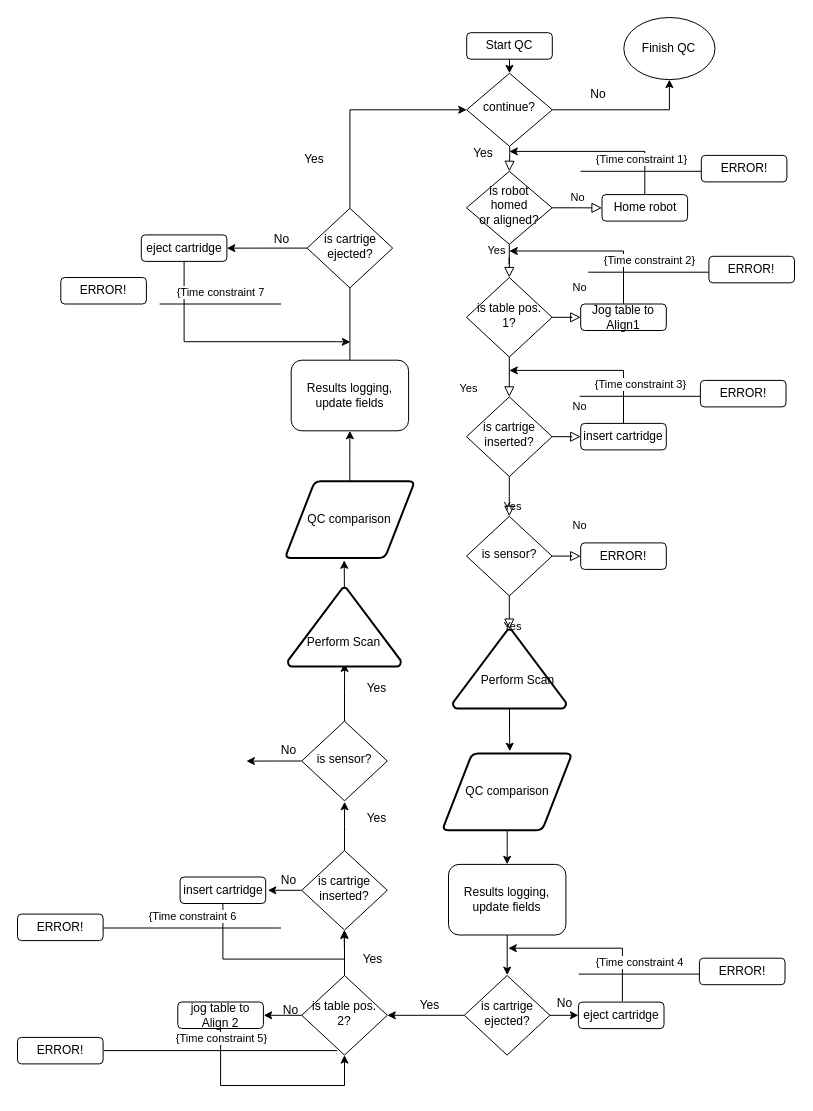
Above: View/QC loop.drawio in Srinivas-Ganti/TQC (draw.io), before the change. Source tidied: cells renumbered, new cells numbered last; positions are measured from the earlier drawing's top-left corner, leaving out a move shared by most shapes. Both pictures are drawn from the tidied source at 100%, with x=0, y=0 at pixel (17, 17).
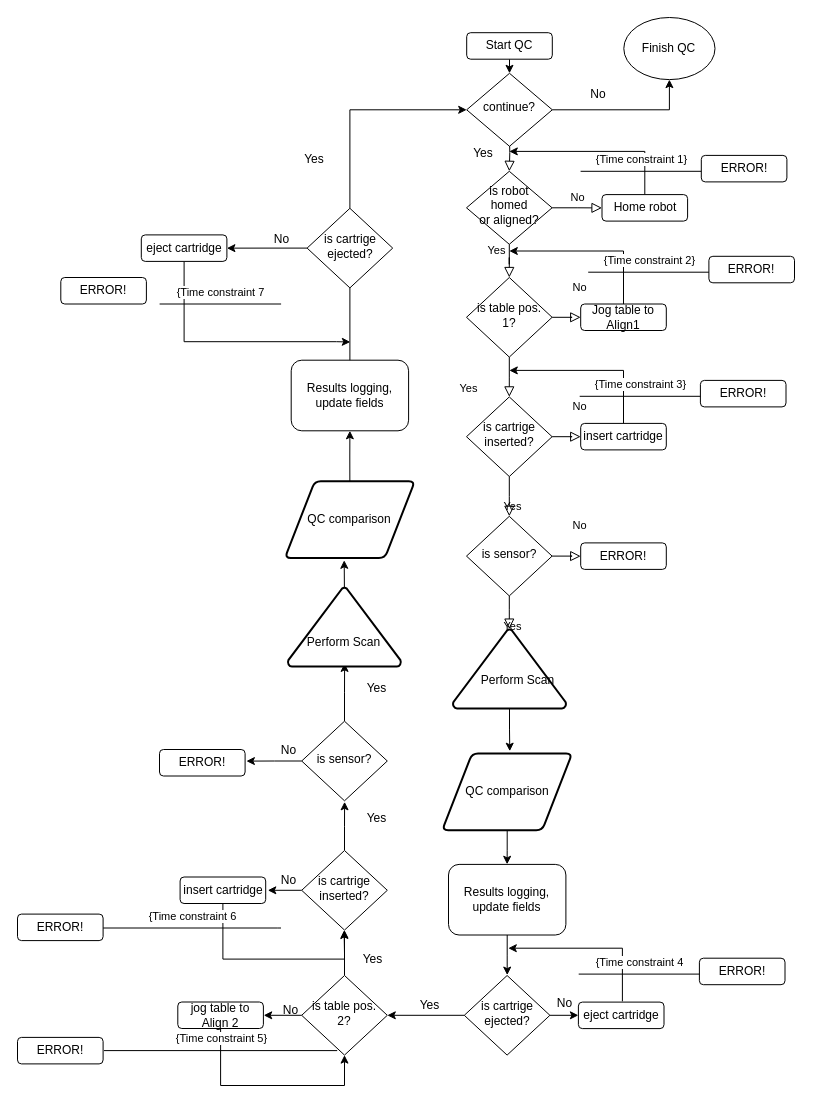
After the change.

The change refers to these unchanged cells:
```xml
<mxCell id="2" style="group;" parent="1" vertex="1">
  <mxGeometry width="777" height="1068" as="geometry" />
</mxCell>
```

What changed in the source:
```diff
@@
+    <mxCell id="99" value="ERROR!" style="rounded=1;whiteSpace=wrap;html=1;fontSize=12;glass=0;strokeWidth=1;shadow=0;" parent="2" vertex="1">
+      <mxGeometry x="142" y="732" width="85.6" height="26.5" as="geometry" />
+    </mxCell>
```
